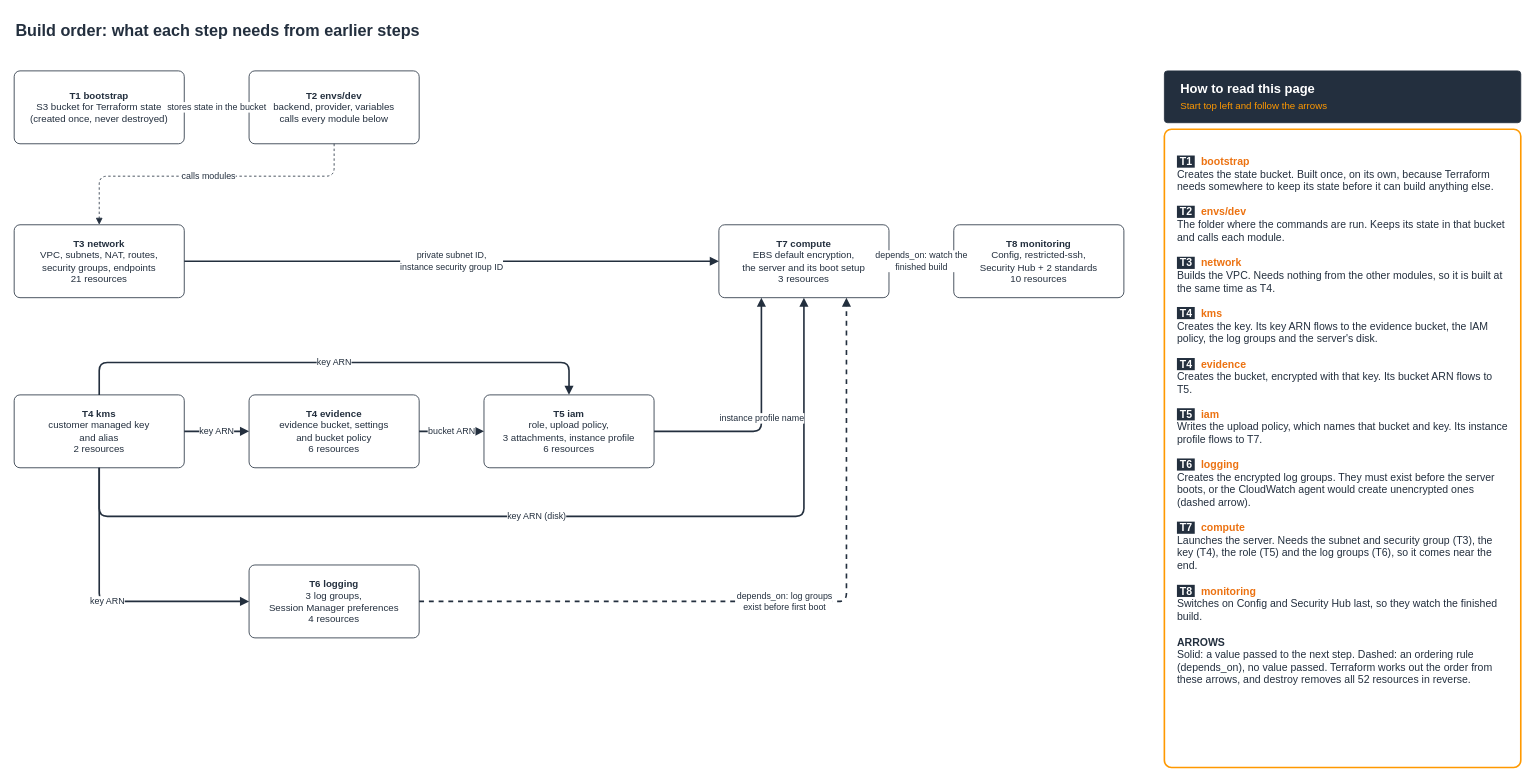
Above: page "2 Build order" (2 of 3) of docs/architecture.drawio in Obiku/cis-hardened-server (draw.io), before the change. Source tidied: cells renumbered, new cells numbered last; positions are measured from the earlier drawing's top-left corner, leaving out a move shared by most shapes. Both pictures are drawn from the tidied source at 81%, with x=0, y=0 at pixel (14, 14).
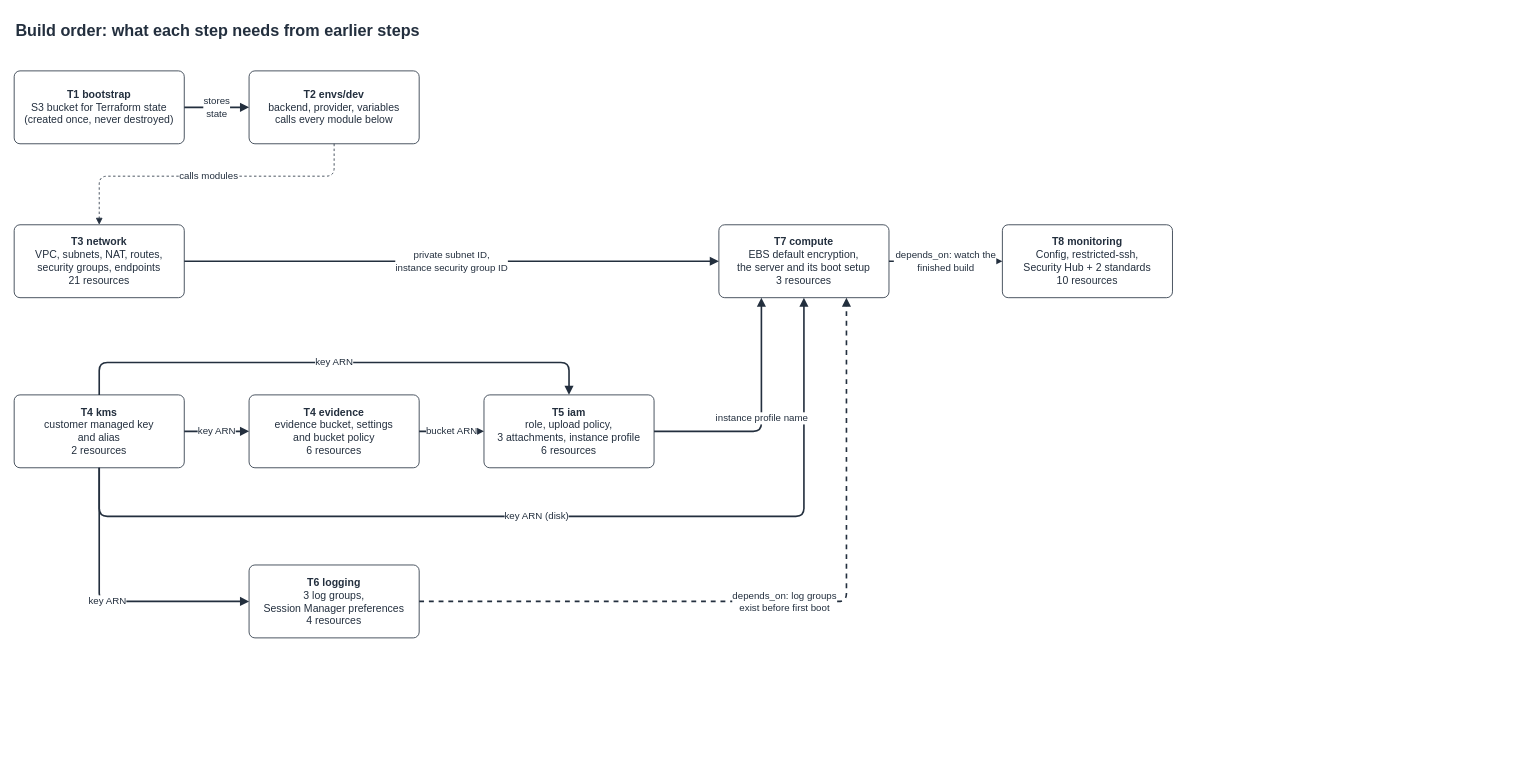
The same diagram, later.

What changed in the source:
```diff
@@
-<mxGraphModel background="#FFFFFF">
+<mxGraphModel>
@@
-    <mxCell id="3" value="&lt;b&gt;T1 bootstrap&lt;/b&gt;&lt;br&gt;S3 bucket for Terraform state&lt;br&gt;(created once, never destroyed)" style="rounded=1;whiteSpace=wrap;html=1;fontSize=12;align=center;verticalAlign=middle;strokeColor=#232F3E;fillColor=#FFFFFF;fontColor=#232F3E;arcSize=8;" parent="1" vertex="1">
+    <mxCell id="3" value="&lt;b&gt;T1 bootstrap&lt;/b&gt;&lt;br&gt;S3 bucket for Terraform state&lt;br&gt;(created once, never destroyed)" style="rounded=1;whiteSpace=wrap;html=1;fontSize=13;align=center;verticalAlign=middle;strokeColor=#232F3E;fillColor=#FFFFFF;fontColor=#232F3E;arcSize=8;" parent="1" vertex="1">
       <mxGeometry y="70" width="210" height="90" as="geometry" />
     </mxCell>
-    <mxCell id="4" value="&lt;b&gt;T2 envs/dev&lt;/b&gt;&lt;br&gt;backend, provider, variables&lt;br&gt;calls every module below" style="rounded=1;whiteSpace=wrap;html=1;fontSize=12;align=center;verticalAlign=middle;strokeColor=#232F3E;fillColor=#FFFFFF;fontColor=#232F3E;arcSize=8;" parent="1" vertex="1">
+    <mxCell id="4" value="&lt;b&gt;T2 envs/dev&lt;/b&gt;&lt;br&gt;backend, provider, variables&lt;br&gt;calls every module below" style="rounded=1;whiteSpace=wrap;html=1;fontSize=13;align=center;verticalAlign=middle;strokeColor=#232F3E;fillColor=#FFFFFF;fontColor=#232F3E;arcSize=8;" parent="1" vertex="1">
       <mxGeometry x="290" y="70" width="210" height="90" as="geometry" />
     </mxCell>
-    <mxCell id="5" value="&lt;b&gt;T3 network&lt;/b&gt;&lt;br&gt;VPC, subnets, NAT, routes,&lt;br&gt;security groups, endpoints&lt;br&gt;21 resources" style="rounded=1;whiteSpace=wrap;html=1;fontSize=12;align=center;verticalAlign=middle;strokeColor=#232F3E;fillColor=#FFFFFF;fontColor=#232F3E;arcSize=8;" parent="1" vertex="1">
+    <mxCell id="5" value="&lt;b&gt;T3 network&lt;/b&gt;&lt;br&gt;VPC, subnets, NAT, routes,&lt;br&gt;security groups, endpoints&lt;br&gt;21 resources" style="rounded=1;whiteSpace=wrap;html=1;fontSize=13;align=center;verticalAlign=middle;strokeColor=#232F3E;fillColor=#FFFFFF;fontColor=#232F3E;arcSize=8;" parent="1" vertex="1">
       <mxGeometry y="260" width="210" height="90" as="geometry" />
     </mxCell>
-    <mxCell id="6" value="&lt;b&gt;T4 kms&lt;/b&gt;&lt;br&gt;customer managed key&lt;br&gt;and alias&lt;br&gt;2 resources" style="rounded=1;whiteSpace=wrap;html=1;fontSize=12;align=center;verticalAlign=middle;strokeColor=#232F3E;fillColor=#FFFFFF;fontColor=#232F3E;arcSize=8;" parent="1" vertex="1">
+    <mxCell id="6" value="&lt;b&gt;T4 kms&lt;/b&gt;&lt;br&gt;customer managed key&lt;br&gt;and alias&lt;br&gt;2 resources" style="rounded=1;whiteSpace=wrap;html=1;fontSize=13;align=center;verticalAlign=middle;strokeColor=#232F3E;fillColor=#FFFFFF;fontColor=#232F3E;arcSize=8;" parent="1" vertex="1">
       <mxGeometry y="470" width="210" height="90" as="geometry" />
     </mxCell>
-    <mxCell id="7" value="&lt;b&gt;T4 evidence&lt;/b&gt;&lt;br&gt;evidence bucket, settings&lt;br&gt;and bucket policy&lt;br&gt;6 resources" style="rounded=1;whiteSpace=wrap;html=1;fontSize=12;align=center;verticalAlign=middle;strokeColor=#232F3E;fillColor=#FFFFFF;fontColor=#232F3E;arcSize=8;" parent="1" vertex="1">
+    <mxCell id="7" value="&lt;b&gt;T4 evidence&lt;/b&gt;&lt;br&gt;evidence bucket, settings&lt;br&gt;and bucket policy&lt;br&gt;6 resources" style="rounded=1;whiteSpace=wrap;html=1;fontSize=13;align=center;verticalAlign=middle;strokeColor=#232F3E;fillColor=#FFFFFF;fontColor=#232F3E;arcSize=8;" parent="1" vertex="1">
       <mxGeometry x="290" y="470" width="210" height="90" as="geometry" />
     </mxCell>
-    <mxCell id="8" value="&lt;b&gt;T5 iam&lt;/b&gt;&lt;br&gt;role, upload policy,&lt;br&gt;3 attachments, instance profile&lt;br&gt;6 resources" style="rounded=1;whiteSpace=wrap;html=1;fontSize=12;align=center;verticalAlign=middle;strokeColor=#232F3E;fillColor=#FFFFFF;fontColor=#232F3E;arcSize=8;" parent="1" vertex="1">
+    <mxCell id="8" value="&lt;b&gt;T5 iam&lt;/b&gt;&lt;br&gt;role, upload policy,&lt;br&gt;3 attachments, instance profile&lt;br&gt;6 resources" style="rounded=1;whiteSpace=wrap;html=1;fontSize=13;align=center;verticalAlign=middle;strokeColor=#232F3E;fillColor=#FFFFFF;fontColor=#232F3E;arcSize=8;" parent="1" vertex="1">
       <mxGeometry x="580" y="470" width="210" height="90" as="geometry" />
     </mxCell>
-    <mxCell id="9" value="&lt;b&gt;T6 logging&lt;/b&gt;&lt;br&gt;3 log groups,&lt;br&gt;Session Manager preferences&lt;br&gt;4 resources" style="rounded=1;whiteSpace=wrap;html=1;fontSize=12;align=center;verticalAlign=middle;strokeColor=#232F3E;fillColor=#FFFFFF;fontColor=#232F3E;arcSize=8;" parent="1" vertex="1">
+    <mxCell id="9" value="&lt;b&gt;T6 logging&lt;/b&gt;&lt;br&gt;3 log groups,&lt;br&gt;Session Manager preferences&lt;br&gt;4 resources" style="rounded=1;whiteSpace=wrap;html=1;fontSize=13;align=center;verticalAlign=middle;strokeColor=#232F3E;fillColor=#FFFFFF;fontColor=#232F3E;arcSize=8;" parent="1" vertex="1">
       <mxGeometry x="290" y="680" width="210" height="90" as="geometry" />
     </mxCell>
-    <mxCell id="10" value="&lt;b&gt;T7 compute&lt;/b&gt;&lt;br&gt;EBS default encryption,&lt;br&gt;the server and its boot setup&lt;br&gt;3 resources" style="rounded=1;whiteSpace=wrap;html=1;fontSize=12;align=center;verticalAlign=middle;strokeColor=#232F3E;fillColor=#FFFFFF;fontColor=#232F3E;arcSize=8;" parent="1" vertex="1">
+    <mxCell id="10" value="&lt;b&gt;T7 compute&lt;/b&gt;&lt;br&gt;EBS default encryption,&lt;br&gt;the server and its boot setup&lt;br&gt;3 resources" style="rounded=1;whiteSpace=wrap;html=1;fontSize=13;align=center;verticalAlign=middle;strokeColor=#232F3E;fillColor=#FFFFFF;fontColor=#232F3E;arcSize=8;" parent="1" vertex="1">
       <mxGeometry x="870" y="260" width="210" height="90" as="geometry" />
     </mxCell>
-    <mxCell id="11" value="&lt;b&gt;T8 monitoring&lt;/b&gt;&lt;br&gt;Config, restricted-ssh,&lt;br&gt;Security Hub + 2 standards&lt;br&gt;10 resources" style="rounded=1;whiteSpace=wrap;html=1;fontSize=12;align=center;verticalAlign=middle;strokeColor=#232F3E;fillColor=#FFFFFF;fontColor=#232F3E;arcSize=8;" parent="1" vertex="1">
-      <mxGeometry x="1160" y="260" width="210" height="90" as="geometry" />
+    <mxCell id="11" value="&lt;b&gt;T8 monitoring&lt;/b&gt;&lt;br&gt;Config, restricted-ssh,&lt;br&gt;Security Hub + 2 standards&lt;br&gt;10 resources" style="rounded=1;whiteSpace=wrap;html=1;fontSize=13;align=center;verticalAlign=middle;strokeColor=#232F3E;fillColor=#FFFFFF;fontColor=#232F3E;arcSize=8;" parent="1" vertex="1">
+      <mxGeometry x="1220" y="260" width="210" height="90" as="geometry" />
     </mxCell>
-    <mxCell id="12" value="stores state in the bucket" style="edgeStyle=orthogonalEdgeStyle;rounded=1;html=1;endArrow=block;endFill=1;strokeWidth=2;strokeColor=#232F3E;fontSize=11;fontColor=#232F3E;labelBackgroundColor=#FFFFFF;" parent="1" edge="1" source="3" target="4">
+    <mxCell id="12" value="stores&lt;br&gt;state" style="edgeStyle=orthogonalEdgeStyle;rounded=1;html=1;endArrow=block;endFill=1;strokeWidth=2;strokeColor=#232F3E;fontSize=12;fontColor=#232F3E;labelBackgroundColor=#FFFFFF;" parent="1" edge="1" source="3" target="4">
       <mxGeometry relative="1" as="geometry" />
     </mxCell>
-    <mxCell id="13" value="calls modules" style="edgeStyle=orthogonalEdgeStyle;rounded=1;html=1;endArrow=block;endFill=1;strokeWidth=2;strokeColor=#232F3E;fontSize=11;fontColor=#232F3E;labelBackgroundColor=#FFFFFF;dashed=1;strokeWidth=1;exitX=0.5;exitY=1;entryX=0.5;entryY=0;" parent="1" edge="1" source="4" target="5">
+    <mxCell id="13" value="calls modules" style="edgeStyle=orthogonalEdgeStyle;rounded=1;html=1;endArrow=block;endFill=1;strokeWidth=2;strokeColor=#232F3E;fontSize=12;fontColor=#232F3E;labelBackgroundColor=#FFFFFF;dashed=1;strokeWidth=1;exitX=0.5;exitY=1;entryX=0.5;entryY=0;" parent="1" edge="1" source="4" target="5">
       <mxGeometry relative="1" as="geometry">
         <Array as="points">
           <mxPoint x="395" y="200" />
           <mxPoint x="105" y="200" />
         </Array>
       </mxGeometry>
     </mxCell>
-    <mxCell id="14" value="private subnet ID,&lt;br&gt;instance security group ID" style="edgeStyle=orthogonalEdgeStyle;rounded=1;html=1;endArrow=block;endFill=1;strokeWidth=2;strokeColor=#232F3E;fontSize=11;fontColor=#232F3E;labelBackgroundColor=#FFFFFF;exitX=1;exitY=0.5;entryX=0;entryY=0.5;" parent="1" edge="1" source="5" target="10">
+    <mxCell id="14" value="private subnet ID,&lt;br&gt;instance security group ID" style="edgeStyle=orthogonalEdgeStyle;rounded=1;html=1;endArrow=block;endFill=1;strokeWidth=2;strokeColor=#232F3E;fontSize=12;fontColor=#232F3E;labelBackgroundColor=#FFFFFF;exitX=1;exitY=0.5;entryX=0;entryY=0.5;" parent="1" edge="1" source="5" target="10">
       <mxGeometry relative="1" as="geometry" />
     </mxCell>
-    <mxCell id="15" value="key ARN" style="edgeStyle=orthogonalEdgeStyle;rounded=1;html=1;endArrow=block;endFill=1;strokeWidth=2;strokeColor=#232F3E;fontSize=11;fontColor=#232F3E;labelBackgroundColor=#FFFFFF;exitX=1;exitY=0.5;entryX=0;entryY=0.5;" parent="1" edge="1" source="6" target="7">
+    <mxCell id="15" value="key ARN" style="edgeStyle=orthogonalEdgeStyle;rounded=1;html=1;endArrow=block;endFill=1;strokeWidth=2;strokeColor=#232F3E;fontSize=12;fontColor=#232F3E;labelBackgroundColor=#FFFFFF;exitX=1;exitY=0.5;entryX=0;entryY=0.5;" parent="1" edge="1" source="6" target="7">
       <mxGeometry relative="1" as="geometry" />
     </mxCell>
-    <mxCell id="16" value="bucket ARN" style="edgeStyle=orthogonalEdgeStyle;rounded=1;html=1;endArrow=block;endFill=1;strokeWidth=2;strokeColor=#232F3E;fontSize=11;fontColor=#232F3E;labelBackgroundColor=#FFFFFF;exitX=1;exitY=0.5;entryX=0;entryY=0.5;" parent="1" edge="1" source="7" target="8">
+    <mxCell id="16" value="bucket ARN" style="edgeStyle=orthogonalEdgeStyle;rounded=1;html=1;endArrow=block;endFill=1;strokeWidth=2;strokeColor=#232F3E;fontSize=12;fontColor=#232F3E;labelBackgroundColor=#FFFFFF;exitX=1;exitY=0.5;entryX=0;entryY=0.5;" parent="1" edge="1" source="7" target="8">
       <mxGeometry relative="1" as="geometry" />
     </mxCell>
-    <mxCell id="17" value="key ARN" style="edgeStyle=orthogonalEdgeStyle;rounded=1;html=1;endArrow=block;endFill=1;strokeWidth=2;strokeColor=#232F3E;fontSize=11;fontColor=#232F3E;labelBackgroundColor=#FFFFFF;exitX=0.5;exitY=0;entryX=0.5;entryY=0;" parent="1" edge="1" source="6" target="8">
+    <mxCell id="17" value="key ARN" style="edgeStyle=orthogonalEdgeStyle;rounded=1;html=1;endArrow=block;endFill=1;strokeWidth=2;strokeColor=#232F3E;fontSize=12;fontColor=#232F3E;labelBackgroundColor=#FFFFFF;exitX=0.5;exitY=0;entryX=0.5;entryY=0;" parent="1" edge="1" source="6" target="8">
       <mxGeometry relative="1" as="geometry">
         <Array as="points">
           <mxPoint x="105" y="430" />
           <mxPoint x="685" y="430" />
         </Array>
       </mxGeometry>
     </mxCell>
-    <mxCell id="18" value="key ARN" style="edgeStyle=orthogonalEdgeStyle;rounded=1;html=1;endArrow=block;endFill=1;strokeWidth=2;strokeColor=#232F3E;fontSize=11;fontColor=#232F3E;labelBackgroundColor=#FFFFFF;exitX=0.5;exitY=1;entryX=0;entryY=0.5;" parent="1" edge="1" source="6" target="9">
+    <mxCell id="18" value="key ARN" style="edgeStyle=orthogonalEdgeStyle;rounded=1;html=1;endArrow=block;endFill=1;strokeWidth=2;strokeColor=#232F3E;fontSize=12;fontColor=#232F3E;labelBackgroundColor=#FFFFFF;exitX=0.5;exitY=1;entryX=0;entryY=0.5;" parent="1" edge="1" source="6" target="9">
       <mxGeometry relative="1" as="geometry">
         <Array as="points">
           <mxPoint x="105" y="725" />
         </Array>
       </mxGeometry>
     </mxCell>
-    <mxCell id="19" value="key ARN (disk)" style="edgeStyle=orthogonalEdgeStyle;rounded=1;html=1;endArrow=block;endFill=1;strokeWidth=2;strokeColor=#232F3E;fontSize=11;fontColor=#232F3E;labelBackgroundColor=#FFFFFF;exitX=0.5;exitY=1;entryX=0.5;entryY=1;" parent="1" edge="1" source="6" target="10">
+    <mxCell id="19" value="key ARN (disk)" style="edgeStyle=orthogonalEdgeStyle;rounded=1;html=1;endArrow=block;endFill=1;strokeWidth=2;strokeColor=#232F3E;fontSize=12;fontColor=#232F3E;labelBackgroundColor=#FFFFFF;exitX=0.5;exitY=1;entryX=0.5;entryY=1;" parent="1" edge="1" source="6" target="10">
       <mxGeometry relative="1" as="geometry">
         <Array as="points">
           <mxPoint x="105" y="620" />
           <mxPoint x="975" y="620" />
         </Array>
       </mxGeometry>
     </mxCell>
-    <mxCell id="20" value="instance profile name" style="edgeStyle=orthogonalEdgeStyle;rounded=1;html=1;endArrow=block;endFill=1;strokeWidth=2;strokeColor=#232F3E;fontSize=11;fontColor=#232F3E;labelBackgroundColor=#FFFFFF;exitX=1;exitY=0.5;entryX=0.25;entryY=1;" parent="1" edge="1" source="8" target="10">
+    <mxCell id="20" value="instance profile name" style="edgeStyle=orthogonalEdgeStyle;rounded=1;html=1;endArrow=block;endFill=1;strokeWidth=2;strokeColor=#232F3E;fontSize=12;fontColor=#232F3E;labelBackgroundColor=#FFFFFF;exitX=1;exitY=0.5;entryX=0.25;entryY=1;" parent="1" edge="1" source="8" target="10">
       <mxGeometry relative="1" as="geometry">
         <Array as="points">
           <mxPoint x="922" y="515" />
         </Array>
       </mxGeometry>
     </mxCell>
-    <mxCell id="21" value="depends_on: log groups&lt;br&gt;exist before first boot" style="edgeStyle=orthogonalEdgeStyle;rounded=1;html=1;endArrow=block;endFill=1;strokeWidth=2;strokeColor=#232F3E;fontSize=11;fontColor=#232F3E;labelBackgroundColor=#FFFFFF;dashed=1;exitX=1;exitY=0.5;entryX=0.75;entryY=1;" parent="1" edge="1" source="9" target="10">
+    <mxCell id="21" value="depends_on: log groups&lt;br&gt;exist before first boot" style="edgeStyle=orthogonalEdgeStyle;rounded=1;html=1;endArrow=block;endFill=1;strokeWidth=2;strokeColor=#232F3E;fontSize=12;fontColor=#232F3E;labelBackgroundColor=#FFFFFF;dashed=1;exitX=1;exitY=0.5;entryX=0.75;entryY=1;" parent="1" edge="1" source="9" target="10">
       <mxGeometry relative="1" as="geometry">
         <Array as="points">
           <mxPoint x="1027" y="725" />
         </Array>
       </mxGeometry>
     </mxCell>
-    <mxCell id="22" value="depends_on: watch the&lt;br&gt;finished build" style="edgeStyle=orthogonalEdgeStyle;rounded=1;html=1;endArrow=block;endFill=1;strokeWidth=2;strokeColor=#232F3E;fontSize=11;fontColor=#232F3E;labelBackgroundColor=#FFFFFF;dashed=1;" parent="1" edge="1" source="10" target="11">
+    <mxCell id="22" value="depends_on: watch the&lt;br&gt;finished build" style="edgeStyle=orthogonalEdgeStyle;rounded=1;html=1;endArrow=block;endFill=1;strokeWidth=2;strokeColor=#232F3E;fontSize=12;fontColor=#232F3E;labelBackgroundColor=#FFFFFF;dashed=1;" parent="1" edge="1" source="10" target="11">
       <mxGeometry relative="1" as="geometry" />
     </mxCell>
-    <mxCell id="23" value="How to read this page&lt;br&gt;&lt;font style=&quot;font-size:12px;font-weight:normal;&quot; color=&quot;#FF9900&quot;&gt;Start top left and follow the arrows&lt;/font&gt;" style="rounded=1;arcSize=6;whiteSpace=wrap;html=1;align=left;verticalAlign=middle;spacingLeft=18;fontSize=16;fontStyle=1;fontColor=#FFFFFF;fillColor=#232F3E;strokeColor=#232F3E;" parent="1" vertex="1">
-      <mxGeometry x="1420" y="70" width="440" height="64" as="geometry" />
-    </mxCell>
-    <mxCell id="24" value="&lt;span style=&quot;background-color:#232F3E;color:#FFFFFF;font-weight:bold;&quot;&gt;&amp;nbsp;T1&amp;nbsp;&lt;/span&gt;&amp;nbsp;&amp;nbsp;&lt;b&gt;&lt;font color=&quot;#EC7211&quot;&gt;bootstrap&lt;/font&gt;&lt;/b&gt;&lt;br&gt;Creates the state bucket. Built once, on its own, because Terraform needs somewhere to keep its state before it can build anything else.&lt;br&gt;&lt;br&gt;&lt;span style=&quot;background-color:#232F3E;color:#FFFFFF;font-weight:bold;&quot;&gt;&amp;nbsp;T2&amp;nbsp;&lt;/span&gt;&amp;nbsp;&amp;nbsp;&lt;b&gt;&lt;font color=&quot;#EC7211&quot;&gt;envs/dev&lt;/font&gt;&lt;/b&gt;&lt;br&gt;The folder where the commands are run. Keeps its state in that bucket and calls each module.&lt;br&gt;&lt;br&gt;&lt;span style=&quot;background-color:#232F3E;color:#FFFFFF;font-weight:bold;&quot;&gt;&amp;nbsp;T3&amp;nbsp;&lt;/span&gt;&amp;nbsp;&amp;nbsp;&lt;b&gt;&lt;font color=&quot;#EC7211&quot;&gt;network&lt;/font&gt;&lt;/b&gt;&lt;br&gt;Builds the VPC. Needs nothing from the other modules, so it is built at the same time as T4.&lt;br&gt;&lt;br&gt;&lt;span style=&quot;background-color:#232F3E;color:#FFFFFF;font-weight:bold;&quot;&gt;&amp;nbsp;T4&amp;nbsp;&lt;/span&gt;&amp;nbsp;&amp;nbsp;&lt;b&gt;&lt;font color=&quot;#EC7211&quot;&gt;kms&lt;/font&gt;&lt;/b&gt;&lt;br&gt;Creates the key. Its key ARN flows to the evidence bucket, the IAM policy, the log groups and the server's disk.&lt;br&gt;&lt;br&gt;&lt;span style=&quot;background-color:#232F3E;color:#FFFFFF;font-weight:bold;&quot;&gt;&amp;nbsp;T4&amp;nbsp;&lt;/span&gt;&amp;nbsp;&amp;nbsp;&lt;b&gt;&lt;font color=&quot;#EC7211&quot;&gt;evidence&lt;/font&gt;&lt;/b&gt;&lt;br&gt;Creates the bucket, encrypted with that key. Its bucket ARN flows to T5.&lt;br&gt;&lt;br&gt;&lt;span style=&quot;background-color:#232F3E;color:#FFFFFF;font-weight:bold;&quot;&gt;&amp;nbsp;T5&amp;nbsp;&lt;/span&gt;&amp;nbsp;&amp;nbsp;&lt;b&gt;&lt;font color=&quot;#EC7211&quot;&gt;iam&lt;/font&gt;&lt;/b&gt;&lt;br&gt;Writes the upload policy, which names that bucket and key. Its instance profile flows to T7.&lt;br&gt;&lt;br&gt;&lt;span style=&quot;background-color:#232F3E;color:#FFFFFF;font-weight:bold;&quot;&gt;&amp;nbsp;T6&amp;nbsp;&lt;/span&gt;&amp;nbsp;&amp;nbsp;&lt;b&gt;&lt;font color=&quot;#EC7211&quot;&gt;logging&lt;/font&gt;&lt;/b&gt;&lt;br&gt;Creates the encrypted log groups. They must exist before the server boots, or the CloudWatch agent would create unencrypted ones (dashed arrow).&lt;br&gt;&lt;br&gt;&lt;span style=&quot;background-color:#232F3E;color:#FFFFFF;font-weight:bold;&quot;&gt;&amp;nbsp;T7&amp;nbsp;&lt;/span&gt;&amp;nbsp;&amp;nbsp;&lt;b&gt;&lt;font color=&quot;#EC7211&quot;&gt;compute&lt;/font&gt;&lt;/b&gt;&lt;br&gt;Launches the server. Needs the subnet and security group (T3), the key (T4), the role (T5) and the log groups (T6), so it comes near the end.&lt;br&gt;&lt;br&gt;&lt;span style=&quot;background-color:#232F3E;color:#FFFFFF;font-weight:bold;&quot;&gt;&amp;nbsp;T8&amp;nbsp;&lt;/span&gt;&amp;nbsp;&amp;nbsp;&lt;b&gt;&lt;font color=&quot;#EC7211&quot;&gt;monitoring&lt;/font&gt;&lt;/b&gt;&lt;br&gt;Switches on Config and Security Hub last, so they watch the finished build.&lt;br&gt;&lt;br&gt;&lt;b&gt;ARROWS&lt;/b&gt;&lt;br&gt;Solid: a value passed to the next step. Dashed: an ordering rule (depends_on), no value passed. Terraform works out the order from these arrows, and destroy removes all 52 resources in reverse." style="rounded=1;arcSize=2;whiteSpace=wrap;html=1;align=left;verticalAlign=top;spacing=16;spacingTop=12;fontSize=13;fontColor=#232F3E;fillColor=#FFFFFF;strokeColor=#FF9900;strokeWidth=2;" parent="1" vertex="1">
-      <mxGeometry x="1420" y="142" width="440" height="788" as="geometry" />
-    </mxCell>
```
